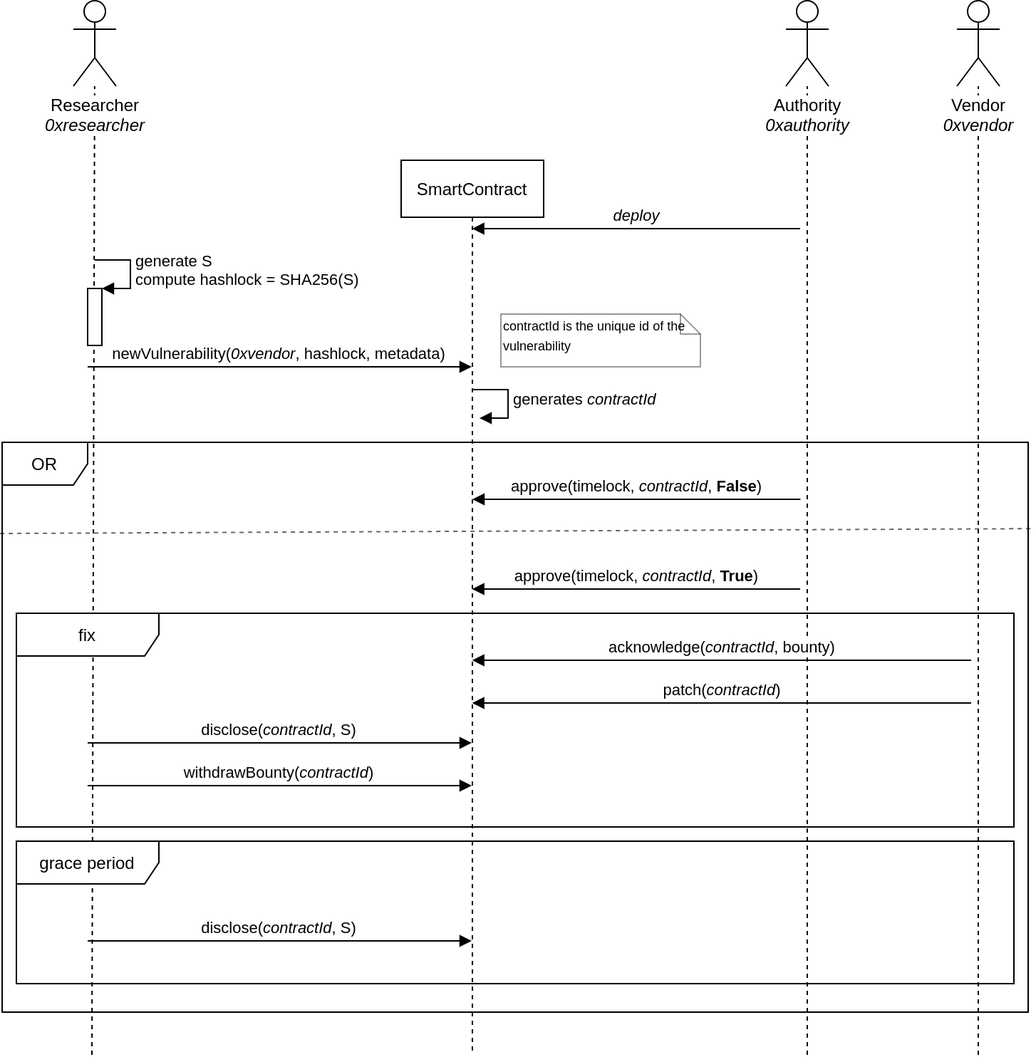
Above: images/Sequence.png in SOFIE-project/ARD-Implementation (draw.io), before the change. Source tidied: cells renumbered, new cells last; positions are measured from the earlier drawing's top-left corner, leaving out a move shared by most shapes.
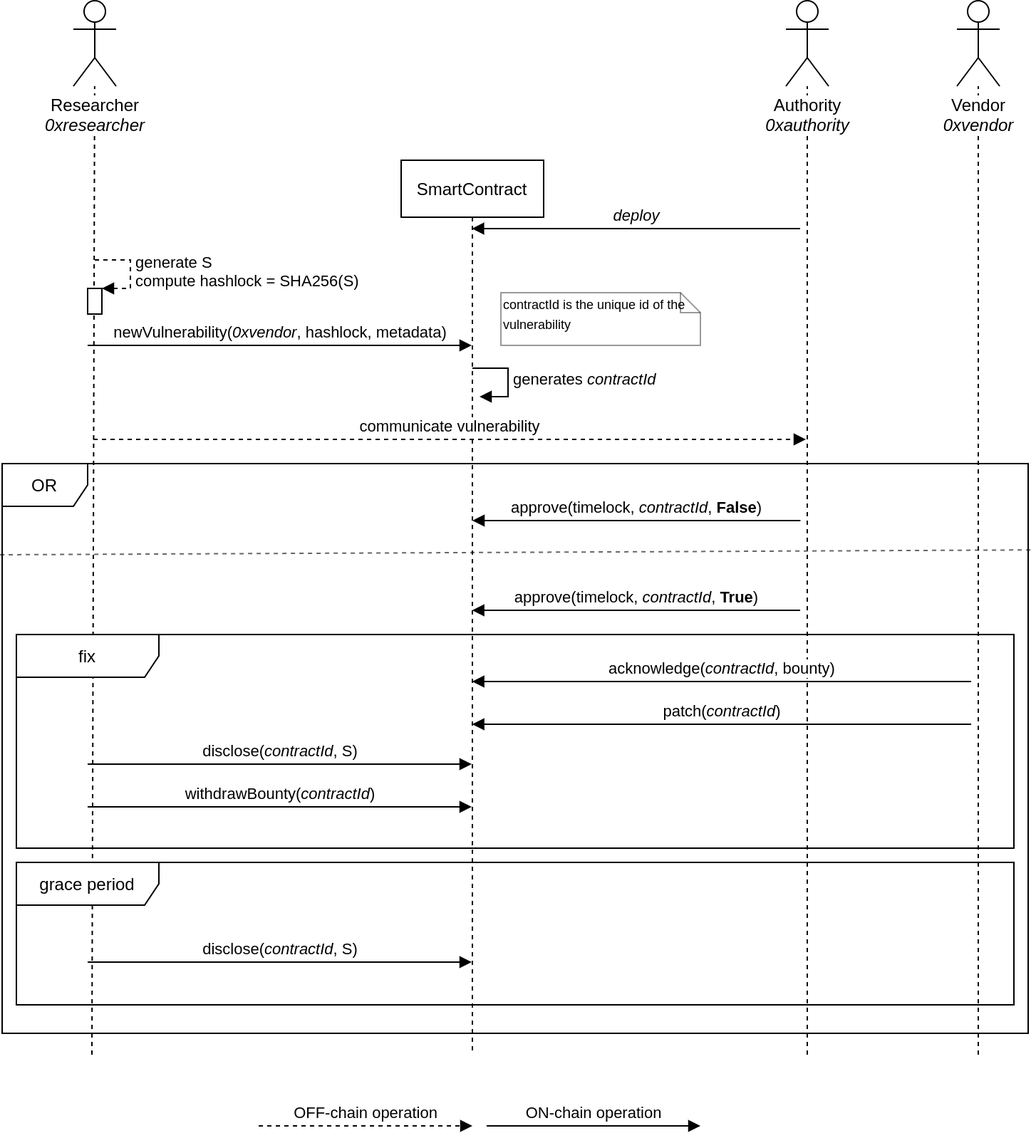
The same diagram one commit later.

The edit, as a diff of the source:
```diff
@@ -3,7 +3,7 @@
     <mxCell id="0" />
     <mxCell id="1" parent="0" />
     <mxCell id="2" value="OR" style="shape=umlFrame;whiteSpace=wrap;html=1;fillColor=#ffffff;" parent="1" vertex="1">
-      <mxGeometry x="1" y="310" width="720" height="400" as="geometry" />
+      <mxGeometry x="1" y="325" width="720" height="400" as="geometry" />
     </mxCell>
     <mxCell id="3" value="SmartContract" style="shape=umlLifeline;perimeter=lifelinePerimeter;whiteSpace=wrap;html=1;outlineConnect=0;" parent="1" vertex="1">
       <mxGeometry x="281" y="112" width="100" height="628" as="geometry" />
@@ -34,14 +34,14 @@
     </mxCell>
     <mxCell id="10" value="newVulnerability(&lt;i&gt;0xvendor&lt;/i&gt;, hashlock, metadata)" style="html=1;verticalAlign=bottom;endArrow=block;" parent="1" edge="1">
       <mxGeometry relative="1" as="geometry">
-        <mxPoint x="61" y="257" as="sourcePoint" />
-        <mxPoint x="330.5" y="257" as="targetPoint" />
+        <mxPoint x="61" y="242" as="sourcePoint" />
+        <mxPoint x="330.5" y="242" as="targetPoint" />
       </mxGeometry>
     </mxCell>
     <mxCell id="11" style="html=1;perimeter=orthogonalPerimeter;" parent="1" vertex="1">
-      <mxGeometry x="61" y="202" width="10" height="40" as="geometry" />
+      <mxGeometry x="61" y="202" width="10" height="18" as="geometry" />
     </mxCell>
-    <mxCell id="12" value="generate S&lt;br&gt;compute hashlock = SHA256(S)" style="edgeStyle=orthogonalEdgeStyle;html=1;align=left;spacingLeft=2;endArrow=block;rounded=0;entryX=1;entryY=0;" parent="1" edge="1">
+    <mxCell id="12" value="generate S&lt;br&gt;compute hashlock = SHA256(S)" style="edgeStyle=orthogonalEdgeStyle;html=1;align=left;spacingLeft=2;endArrow=block;rounded=0;entryX=1;entryY=0;dashed=1;" parent="1" edge="1">
       <mxGeometry relative="1" as="geometry">
         <mxPoint x="66" y="182" as="sourcePoint" />
         <mxPoint x="71" y="202" as="targetPoint" />
@@ -57,69 +57,87 @@
     </mxCell>
     <mxCell id="14" value="&lt;font style=&quot;font-size: 11px&quot;&gt;approve(timelock, &lt;i&gt;contractId&lt;/i&gt;, &lt;b&gt;True&lt;/b&gt;)&lt;/font&gt;" style="html=1;verticalAlign=bottom;endArrow=block;" parent="1" edge="1">
       <mxGeometry relative="1" as="geometry">
-        <mxPoint x="561" y="413" as="sourcePoint" />
-        <mxPoint x="330.8" y="413" as="targetPoint" />
+        <mxPoint x="561" y="428" as="sourcePoint" />
+        <mxPoint x="330.8" y="428" as="targetPoint" />
       </mxGeometry>
     </mxCell>
     <mxCell id="15" value="generates &lt;i&gt;contractId&lt;/i&gt;" style="edgeStyle=orthogonalEdgeStyle;html=1;align=left;spacingLeft=2;endArrow=block;rounded=0;entryX=1;entryY=0;" parent="1" edge="1">
       <mxGeometry relative="1" as="geometry">
-        <mxPoint x="331" y="273" as="sourcePoint" />
-        <mxPoint x="336" y="293" as="targetPoint" />
+        <mxPoint x="331" y="258" as="sourcePoint" />
+        <mxPoint x="336" y="278" as="targetPoint" />
         <Array as="points">
-          <mxPoint x="356" y="273" />
+          <mxPoint x="356" y="258" />
         </Array>
       </mxGeometry>
     </mxCell>
     <mxCell id="16" value="&lt;font style=&quot;font-size: 9px&quot;&gt;contractId is the unique id of the vulnerability&lt;/font&gt;" style="shape=note;whiteSpace=wrap;html=1;size=14;verticalAlign=top;align=left;spacingTop=-6;opacity=40;" parent="1" vertex="1">
-      <mxGeometry x="351" y="220" width="140" height="37" as="geometry" />
+      <mxGeometry x="351" y="205" width="140" height="37" as="geometry" />
     </mxCell>
     <mxCell id="17" value="acknowledge(&lt;i&gt;contractId&lt;/i&gt;, bounty)" style="html=1;verticalAlign=bottom;endArrow=block;" parent="1" edge="1">
       <mxGeometry relative="1" as="geometry">
-        <mxPoint x="681" y="463" as="sourcePoint" />
-        <mxPoint x="330.8" y="463" as="targetPoint" />
+        <mxPoint x="681" y="478" as="sourcePoint" />
+        <mxPoint x="330.8" y="478" as="targetPoint" />
       </mxGeometry>
     </mxCell>
     <mxCell id="18" value="patch(&lt;i&gt;contractId&lt;/i&gt;)" style="html=1;verticalAlign=bottom;endArrow=block;" parent="1" edge="1">
       <mxGeometry relative="1" as="geometry">
-        <mxPoint x="681" y="493" as="sourcePoint" />
-        <mxPoint x="330.8" y="493" as="targetPoint" />
+        <mxPoint x="681" y="508" as="sourcePoint" />
+        <mxPoint x="330.8" y="508" as="targetPoint" />
       </mxGeometry>
     </mxCell>
     <mxCell id="19" value="disclose(&lt;i&gt;contractId&lt;/i&gt;, S)" style="html=1;verticalAlign=bottom;endArrow=block;" parent="1" edge="1">
       <mxGeometry relative="1" as="geometry">
-        <mxPoint x="61" y="521" as="sourcePoint" />
-        <mxPoint x="330.5" y="521" as="targetPoint" />
+        <mxPoint x="61" y="536" as="sourcePoint" />
+        <mxPoint x="330.5" y="536" as="targetPoint" />
       </mxGeometry>
     </mxCell>
     <mxCell id="20" value="withdrawBounty(&lt;i&gt;contractId&lt;/i&gt;)" style="html=1;verticalAlign=bottom;endArrow=block;" parent="1" edge="1">
       <mxGeometry relative="1" as="geometry">
-        <mxPoint x="61" y="551" as="sourcePoint" />
-        <mxPoint x="330.5" y="551" as="targetPoint" />
+        <mxPoint x="61" y="566" as="sourcePoint" />
+        <mxPoint x="330.5" y="566" as="targetPoint" />
       </mxGeometry>
     </mxCell>
     <mxCell id="21" value="&lt;font style=&quot;font-size: 11px&quot;&gt;approve(timelock, &lt;i&gt;contractId&lt;/i&gt;, &lt;b&gt;False&lt;/b&gt;)&lt;/font&gt;" style="html=1;verticalAlign=bottom;endArrow=block;" parent="1" edge="1">
       <mxGeometry relative="1" as="geometry">
-        <mxPoint x="561.2" y="350" as="sourcePoint" />
-        <mxPoint x="331" y="350" as="targetPoint" />
+        <mxPoint x="561.2" y="365" as="sourcePoint" />
+        <mxPoint x="331" y="365" as="targetPoint" />
       </mxGeometry>
     </mxCell>
     <mxCell id="22" style="endArrow=none;dashed=1;html=1;exitX=-0.002;exitY=0.28;exitDx=0;exitDy=0;exitPerimeter=0;entryX=1.004;entryY=0.263;entryDx=0;entryDy=0;entryPerimeter=0;opacity=60;" parent="1" edge="1">
       <mxGeometry relative="1" as="geometry">
-        <mxPoint x="-0.4" y="374" as="sourcePoint" />
-        <mxPoint x="723.9" y="370.6" as="targetPoint" />
+        <mxPoint x="-0.4" y="389" as="sourcePoint" />
+        <mxPoint x="723.9" y="385.6" as="targetPoint" />
       </mxGeometry>
     </mxCell>
     <mxCell id="23" value="disclose(&lt;i&gt;contractId&lt;/i&gt;, S)" style="html=1;verticalAlign=bottom;endArrow=block;" parent="1" edge="1">
       <mxGeometry relative="1" as="geometry">
-        <mxPoint x="61" y="660" as="sourcePoint" />
-        <mxPoint x="330.5" y="660" as="targetPoint" />
+        <mxPoint x="61" y="675" as="sourcePoint" />
+        <mxPoint x="330.5" y="675" as="targetPoint" />
       </mxGeometry>
     </mxCell>
     <mxCell id="24" value="grace period" style="shape=umlFrame;whiteSpace=wrap;html=1;fillColor=#ffffff;width=100;height=30;" parent="1" vertex="1">
-      <mxGeometry x="11" y="590" width="700" height="100" as="geometry" />
+      <mxGeometry x="11" y="605" width="700" height="100" as="geometry" />
     </mxCell>
     <mxCell id="25" value="fix" style="shape=umlFrame;whiteSpace=wrap;html=1;fillColor=#ffffff;width=100;height=30;" parent="1" vertex="1">
-      <mxGeometry x="11" y="430" width="700" height="150" as="geometry" />
+      <mxGeometry x="11" y="445" width="700" height="150" as="geometry" />
     </mxCell>
+    <mxCell id="26" value="communicate vulnerability" style="html=1;verticalAlign=bottom;endArrow=block;dashed=1;" parent="1" edge="1">
+      <mxGeometry relative="1" as="geometry">
+        <mxPoint x="65" y="308" as="sourcePoint" />
+        <mxPoint x="565" y="308" as="targetPoint" />
+      </mxGeometry>
+    </mxCell>
+    <mxCell id="27" value="OFF-chain operation" style="html=1;verticalAlign=bottom;endArrow=block;dashed=1;" parent="1" edge="1">
+      <mxGeometry relative="1" as="geometry">
+        <mxPoint x="181" y="790" as="sourcePoint" />
+        <mxPoint x="331" y="790" as="targetPoint" />
+      </mxGeometry>
+    </mxCell>
+    <mxCell id="28" value="ON-chain operation" style="html=1;verticalAlign=bottom;endArrow=block;" parent="1" edge="1">
+      <mxGeometry relative="1" as="geometry">
+        <mxPoint x="341" y="790" as="sourcePoint" />
+        <mxPoint x="491" y="790" as="targetPoint" />
+      </mxGeometry>
+    </mxCell>
   </root>
 </mxGraphModel>
```
